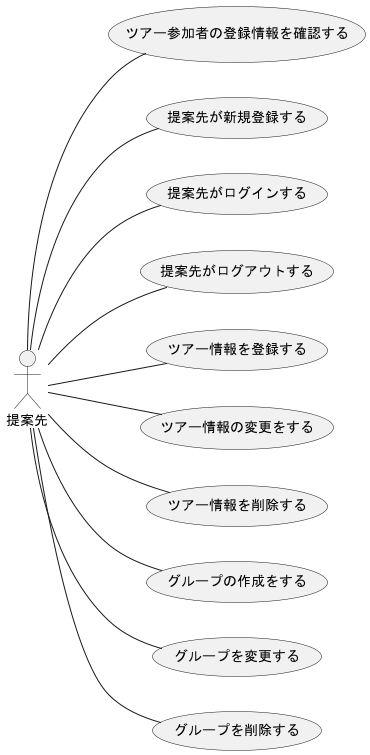
Above: out/F_usecase_client/提案先.png in ksw2270227/GroupF (PlantUML), before the change.
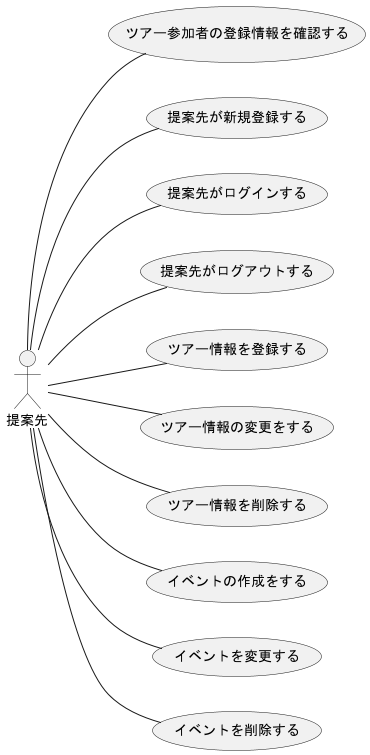
Above is the later version.

Change to the diagram source:
```diff
@@ -9,9 +9,9 @@
 提案先 -- (ツアー情報を登録する)
 提案先 -- (ツアー情報の変更をする)
 提案先 -- (ツアー情報を削除する)
-提案先 -- (グループの作成をする)
-提案先 -- (グループを変更する)
-提案先 -- (グループを削除する)
+提案先 -- (イベントの作成をする)
+提案先 -- (イベントを変更する)
+提案先 -- (イベントを削除する)
 
 
 @enduml
```
